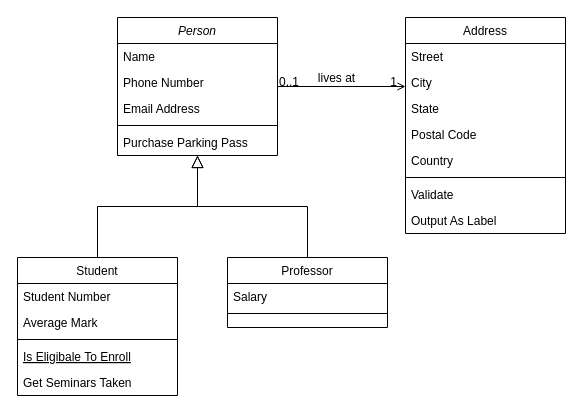
Earlier version of the draw.io diagram Untitled Diagram.drawio (sanammalik04/sanammalik04). Source tidied: cells renumbered, new cells numbered last; positions are measured from the earlier drawing's top-left corner, leaving out a move shared by most shapes. Both pictures are drawn from the tidied source at 100%, with x=0, y=0 at pixel (17, 17).
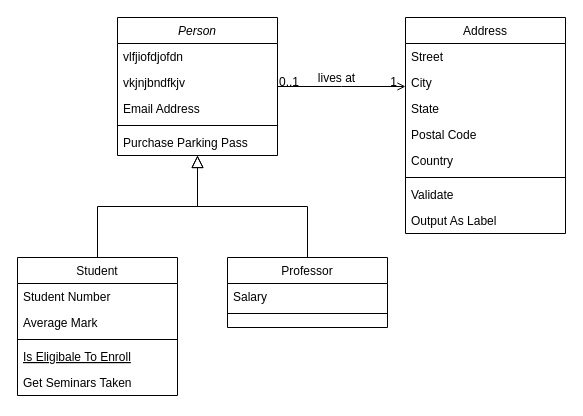
Above is the later version.

The change refers to these unchanged cells:
```xml
<mxCell id="2" value="Person" style="swimlane;fontStyle=2;align=center;verticalAlign=top;horizontal=1;startSize=26;rounded=0;shadow=0;strokeWidth=1;" parent="1" vertex="1">
  <mxGeometry x="100" width="160" height="138" as="geometry" />
</mxCell>
```

Change to the diagram source:
```diff
@@
-    <mxCell id="3" value="Name" style="text;align=left;verticalAlign=top;spacingLeft=4;spacingRight=4;overflow=hidden;" parent="2" vertex="1">
+    <mxCell id="3" value="vlfjiofdjofdn" style="text;align=left;verticalAlign=top;spacingLeft=4;spacingRight=4;overflow=hidden;" parent="2" vertex="1">
       <mxGeometry y="26" width="160" height="26" as="geometry" />
     </mxCell>
-    <mxCell id="4" value="Phone Number" style="text;align=left;verticalAlign=top;spacingLeft=4;spacingRight=4;overflow=hidden;rounded=0;shadow=0;html=0;" parent="2" vertex="1">
+    <mxCell id="4" value="vkjnjbndfkjv" style="text;align=left;verticalAlign=top;spacingLeft=4;spacingRight=4;overflow=hidden;rounded=0;shadow=0;html=0;" parent="2" vertex="1">
       <mxGeometry y="52" width="160" height="26" as="geometry" />
     </mxCell>
```
